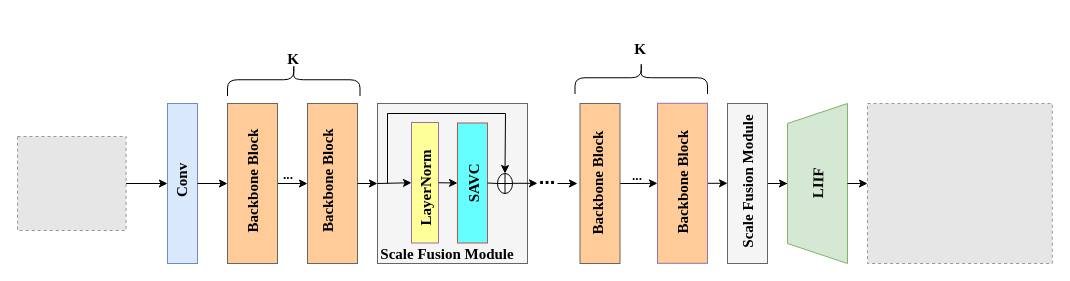
gao131/nlp-beginner keeps this draw.io diagram as 可变形卷积整体模型.drawio. Above is the earlier version. Source tidied: cells renumbered, new cells numbered last; positions are measured from the earlier drawing's top-left corner, leaving out a move shared by most shapes. Both pictures are drawn from the tidied source at 100%, with x=0, y=0 at pixel (17, 11). Pictures stored in the file or linked from it are replaced by grey dashed boxes.
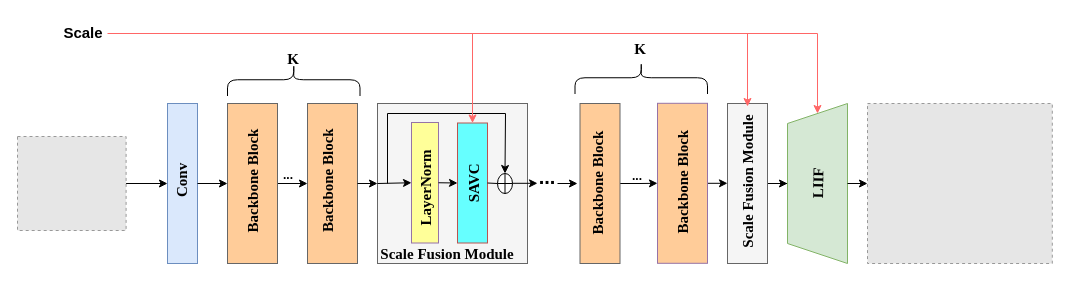
After the change.

Commit message:
更新可变形卷积整体模型.drawio

The change refers to these unchanged cells:
```xml
<mxCell id="15" style="rounded=0;whiteSpace=wrap;html=1;fillColor=#66FFFF;strokeColor=#b85450;gradientColor=none;" parent="1" vertex="1">
  <mxGeometry x="440" y="111.5" width="30" height="120" as="geometry" />
</mxCell>
<mxCell id="23" style="shape=trapezoid;perimeter=trapezoidPerimeter;whiteSpace=wrap;html=1;fixedSize=1;rotation=-90;fillColor=#d5e8d4;strokeColor=#82b366;" parent="1" vertex="1">
  <mxGeometry x="720" y="142" width="160" height="60" as="geometry" />
</mxCell>
<mxCell id="42" value="&lt;b&gt;&lt;font style=&quot;font-size: 15px;&quot; face=&quot;Times New Roman&quot;&gt;Scale Fusion Module&lt;/font&gt;&lt;/b&gt;" style="text;html=1;align=center;verticalAlign=middle;whiteSpace=wrap;rounded=0;rotation=-90;" parent="1" vertex="1">
  <mxGeometry x="655" y="160" width="150" height="20" as="geometry" />
</mxCell>
```

Diff of the diagram source:
```diff
@@
+    <mxCell id="46" style="endArrow=classic;html=1;rounded=0;entryX=1;entryY=0.5;entryDx=0;entryDy=0;strokeColor=#FF6666;" parent="1" edge="1" target="23">
+      <mxGeometry relative="1" as="geometry">
+        <mxPoint x="90" y="22" as="sourcePoint" />
+        <Array as="points">
+          <mxPoint x="800" y="22" />
+        </Array>
+      </mxGeometry>
+    </mxCell>
+    <mxCell id="47" style="endArrow=classic;html=1;rounded=0;entryX=1;entryY=0.5;entryDx=0;entryDy=0;strokeColor=#FF6666;" parent="1" edge="1" target="42">
+      <mxGeometry relative="1" as="geometry">
+        <mxPoint x="730" y="22" as="sourcePoint" />
+      </mxGeometry>
+    </mxCell>
+    <mxCell id="48" style="endArrow=classic;html=1;rounded=0;entryX=0.5;entryY=0;entryDx=0;entryDy=0;strokeColor=#FF6666;" parent="1" edge="1" target="15">
+      <mxGeometry relative="1" as="geometry">
+        <mxPoint x="455" y="22" as="sourcePoint" />
+      </mxGeometry>
+    </mxCell>
+    <mxCell id="49" value="&lt;b&gt;&lt;font style=&quot;font-size: 15px;&quot;&gt;Scale&lt;/font&gt;&lt;/b&gt;" style="text;html=1;align=center;verticalAlign=middle;whiteSpace=wrap;rounded=0;" parent="1" vertex="1">
+      <mxGeometry x="36" y="6" width="60" height="30" as="geometry" />
+    </mxCell>
```
